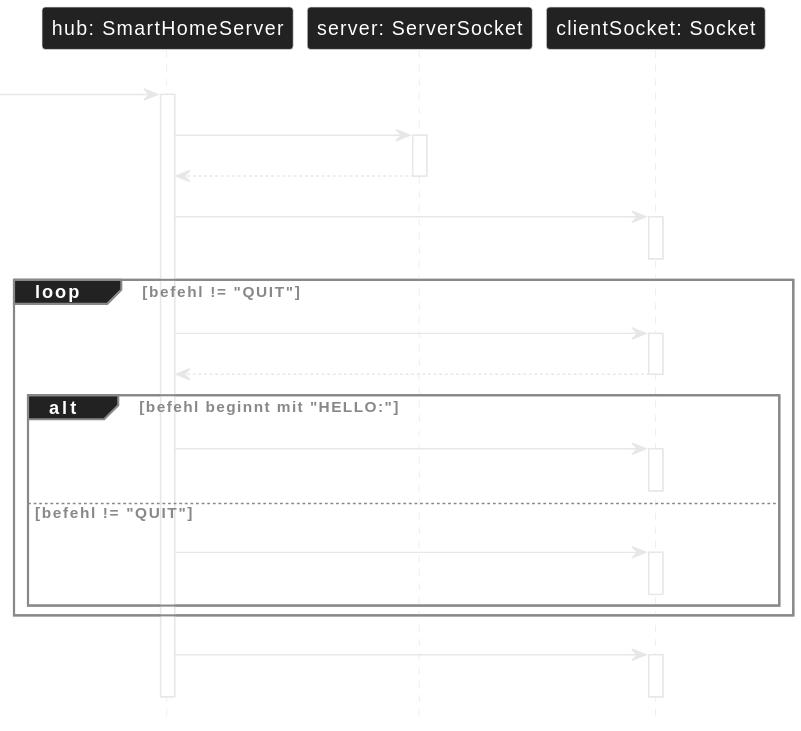
This is assets/img/sec5/lvl19-2.svg from OnlyCook/abitur-elite-code, a PlantUML export, as it was before one commit.
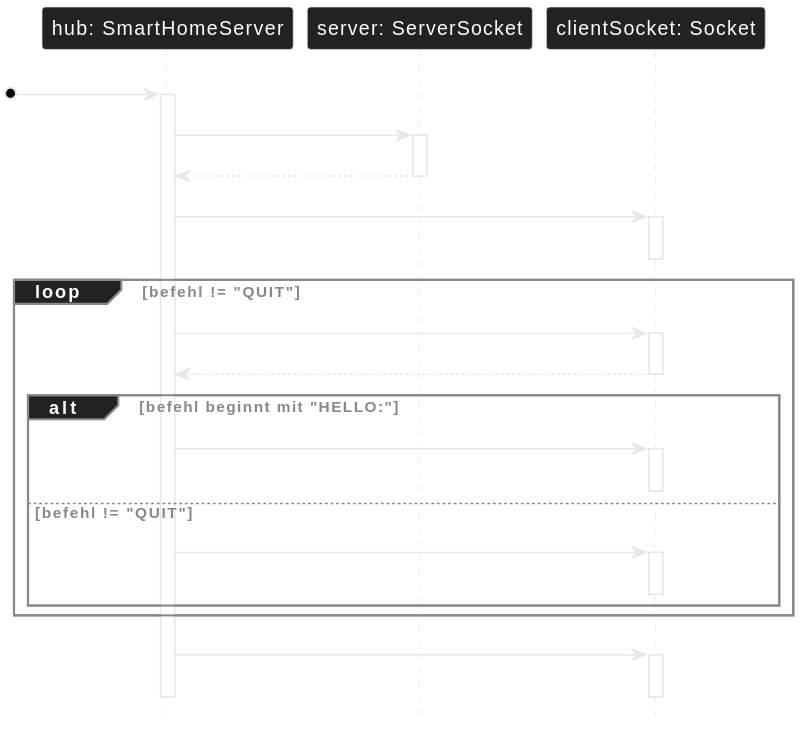
The same file after the commit.

Change to the diagram source:
```diff
@@ -9,7 +9,7 @@
 participant "server: ServerSocket" as SS
 participant "clientSocket: Socket" as CS
 
--> S : startServer()
+[o-> S : startServer()
 activate S
 S -> SS : accept()
 activate SS
```
